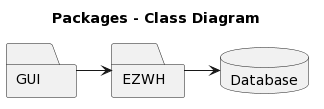
dscre99/EzWh keeps this PlantUML diagram as DesignDocumentIMG/packageDiagram.png. Above is the earlier version.
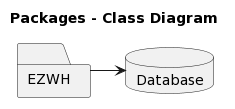
Above is the later version.

The edit, as a diff of the source:
```diff
@@ -2,9 +2,6 @@
 title Packages - Class Diagram
 
 
-package GUI <<Folder>> {
-
-}
 
 package EZWH <<Folder>> {
 
@@ -14,7 +11,6 @@
 
 }
 
-GUI -> EZWH
 
 EZWH-> Database
 @enduml
```
